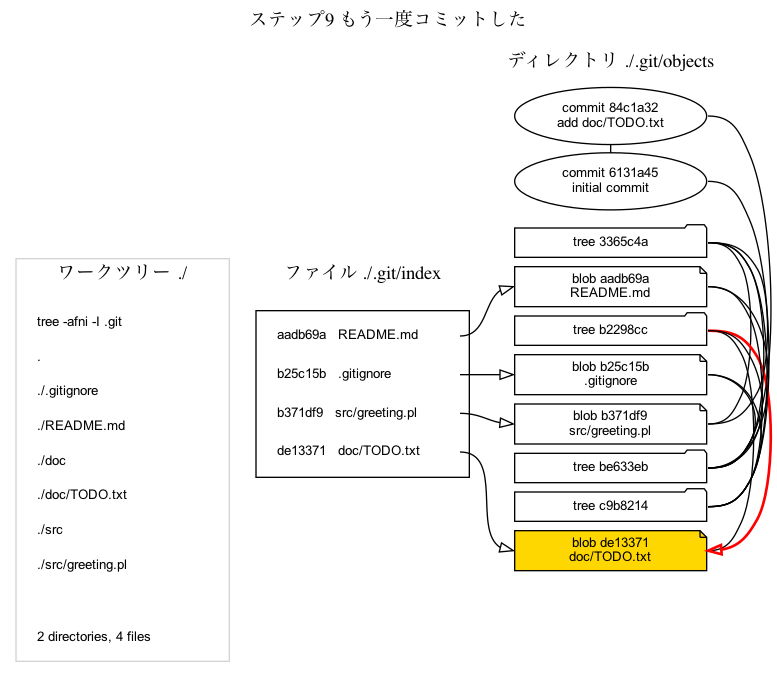
Before: dessin/figure.png, a diagram exported from Graphviz (kazurayam/kazurayam-git-repository-visitor). Its source is kept beside it as dessin/figure.dot.
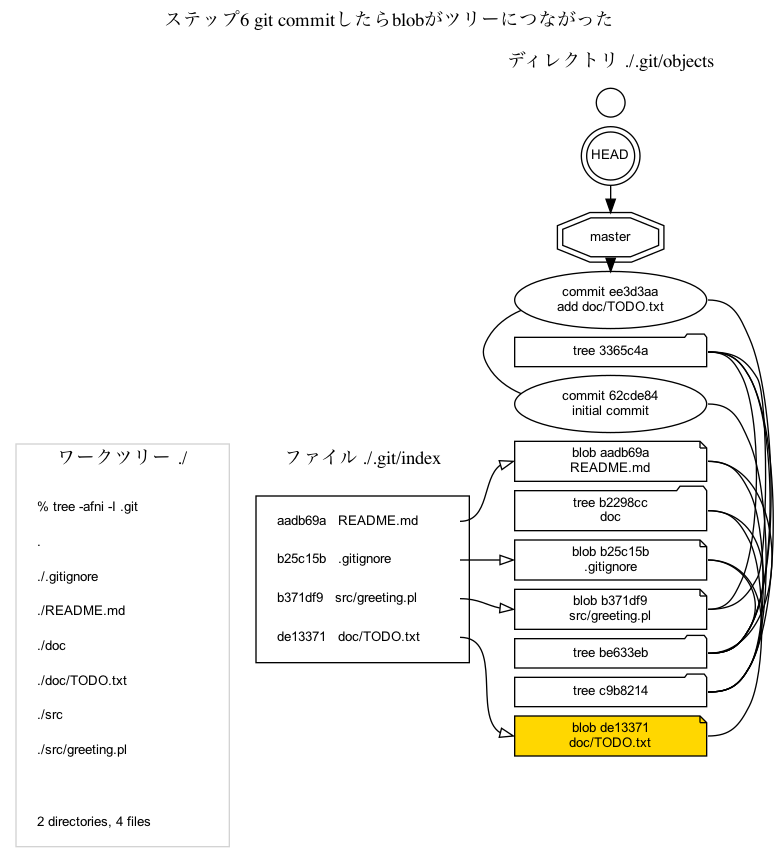
After the commit.

The edit, as a diff of the source:
```diff
@@ -1,13 +1,14 @@
 digraph index {
-    label="ステップ9 もう一度コミットした" labelloc="t"
 	node [fillcolor=white fontname=arial fontsize=10 height=0.3 shape=note style=filled width=2]
 	edge [arrowhead=onormal constraint=true fontname=arial fontsize=10]
-	graph [layout=dot nodesep=0.3 rank=max rankdir=LR ranksep=0.5 splines=ortho]
+	graph [layout=dot nodesep=3.0 rank=max rankdir=LR ranksep=0.5 splines=ortho]
+	label="ステップ6 git commitしたらblobがツリーにつながった" labelfontsize=12 labelloc=t
 	compound=true splines=true
+
 	subgraph cluster_worktree {
 		color=lightgrey label="ワークツリー ./"
 		anchor_wt [label="" shape=point style=invis width=0]
-		w_1 [label="tree -afni -I .git\l" color=white fillcolor=white fixedsize=false height=0.2 shape=rectangle]
+		w_1 [label="% tree -afni -I .git\l" color=white fillcolor=white fixedsize=false height=0.2 shape=rectangle]
 		w_2 [label=".\l" color=white fillcolor=white fixedsize=false height=0.2 shape=rectangle]
 		w_3 [label="./.gitignore\l" color=white fillcolor=white fixedsize=false height=0.2 shape=rectangle]
 		w_4 [label="./README.md\l" color=white fillcolor=white fixedsize=false height=0.2 shape=rectangle]
@@ -18,28 +19,34 @@
 		w_9 [label="\l" color=white fillcolor=white fixedsize=false height=0.2 shape=rectangle]
 		w_10 [label="2 directories, 4 files\l" color=white fillcolor=white fixedsize=false height=0.2 shape=rectangle]
 	}
-	j_84c1a32 -> j_6131a45 [arrowhead=none constraint=false]
 	subgraph cluster_objects {
 		color=white label="ディレクトリ ./.git/objects"
-		anchor_objects [shape=point style=invis width=0]
-		j_3365c4a [label="tree 3365c4a" shape=folder]
-		j_6131a45 [label="commit 6131a45\ninitial commit" shape=ellipse]
-		j_84c1a32 [label="commit 84c1a32\nadd doc/TODO.txt" shape=ellipse]
+		anchor_objects [shape=point style=bold width=3]
+
+		HEAD [label=HEAD fixedsize=true shape=doublecircle width=0.5]
+		master [label=master shape=doubleoctagon width=0.3]
+		HEAD -> master [arrowhead=normal constraint=false minlen=3]
+		master -> j_ee3d3aa [arrowhead=normal constraint=false weight=2]
+		j_3365c4a [label="tree 3365c4a\n" shape=folder]
+		j_62cde84 [label="commit 62cde84\ninitial commit" shape=ellipse]
 		j_aadb69a [label="blob aadb69a\nREADME.md"]
-		j_b2298cc [label="tree b2298cc" shape=folder]
+		j_b2298cc [label="tree b2298cc\ndoc" shape=folder]
 		j_b25c15b [label="blob b25c15b\n.gitignore"]
 		j_b371df9 [label="blob b371df9\nsrc/greeting.pl"]
-		j_be633eb [label="tree be633eb" shape=folder]
-		j_c9b8214 [label="tree c9b8214" shape=folder]
+		j_be633eb [label="tree be633eb\n" shape=folder]
+		j_c9b8214 [label="tree c9b8214\n" shape=folder]
 		j_de13371 [label="blob de13371\ndoc/TODO.txt"]
-		j_84c1a32:e -> j_be633eb:e [arrowhead=none constraint=false]
+		j_ee3d3aa [label="commit ee3d3aa\nadd doc/TODO.txt" shape=ellipse]
+		j_ee3d3aa -> j_62cde84 [arrowhead=none constraint=false]
+
+		j_ee3d3aa:e -> j_be633eb:e [arrowhead=none constraint=false]
 		j_be633eb:e -> j_b25c15b:e [arrowhead=none constraint=false]
 		j_be633eb:e -> j_aadb69a:e [arrowhead=none constraint=false]
 		j_be633eb:e -> j_b2298cc:e [arrowhead=none constraint=false]
 		j_be633eb:e -> j_3365c4a:e [arrowhead=none constraint=false]
 		j_b2298cc:e -> j_de13371:e [arrowhead=none constraint=false]
 		j_3365c4a:e -> j_b371df9:e [arrowhead=none constraint=false]
-		j_6131a45:e -> j_c9b8214:e [arrowhead=none constraint=false]
+		j_62cde84:e -> j_c9b8214:e [arrowhead=none constraint=false]
 		j_c9b8214:e -> j_b25c15b:e [arrowhead=none constraint=false]
 		j_c9b8214:e -> j_aadb69a:e [arrowhead=none constraint=false]
 		j_c9b8214:e -> j_3365c4a:e [arrowhead=none constraint=false]
@@ -64,6 +71,4 @@
 	anchor_wt -> anchor_index [lhead=cluster_index ltail=cluster_worktree style=invis]
 	anchor_index -> anchor_objects [lhead=cluster_objects ltail=cluster_index style=invis]
 	j_de13371 [fillcolor=gold]
-
-    j_b2298cc:e -> j_de13371:e [constraint=false color=red style=bold]
 }
```
